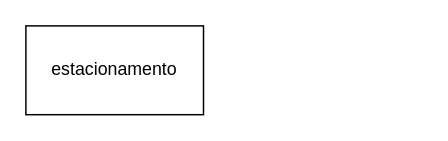
Luizmigsbr/Banco-de-Dados-1 keeps this draw.io diagram as pratica-banco.drawio. Above is the earlier version. Source tidied: cells renumbered, new cells numbered last; positions are measured from the earlier drawing's top-left corner, leaving out a move shared by most shapes. Both pictures are drawn from the tidied source at 148%, with x=0, y=0 at pixel (25, 25).
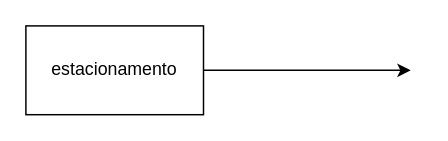
Above is the later version.

The edit, as a diff of the source:
```diff
@@
 <mxGraphModel>
   <root>
     <mxCell id="0" />
     <mxCell id="1" parent="0" />
+    <mxCell id="3" style="edgeStyle=orthogonalEdgeStyle;rounded=0;jettySize=auto;html=1;exitX=1;exitY=0.5;exitDx=0;exitDy=0;" parent="1" edge="1" source="2">
+      <mxGeometry relative="1" as="geometry">
+        <mxPoint x="260" y="30" as="targetPoint" />
+      </mxGeometry>
+    </mxCell>
     <mxCell id="2" value="estacionamento" style="rounded=0;whiteSpace=wrap;html=1;" parent="1" vertex="1">
       <mxGeometry width="120" height="60" as="geometry" />
     </mxCell>
   </root>
 </mxGraphModel>
```
